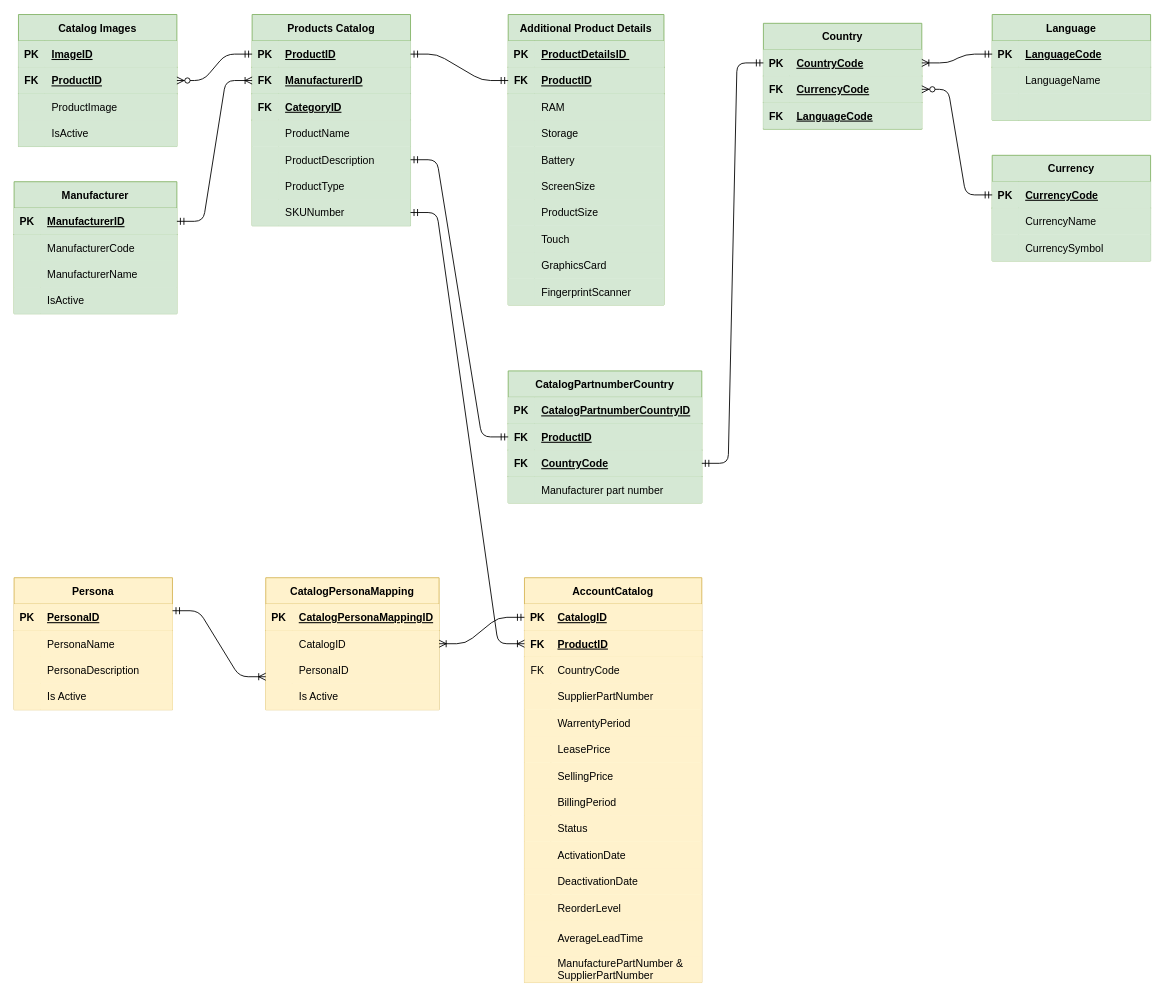
Before: Drawings/MasterCatalogDesign.drawio in bgunupati/DrawIO, a draw.io diagram. Source tidied: cells renumbered, new cells numbered last; positions are measured from the earlier drawing's top-left corner, leaving out a move shared by most shapes. Both pictures are drawn from the tidied source at 88%, with x=0, y=0 at pixel (13, 14).
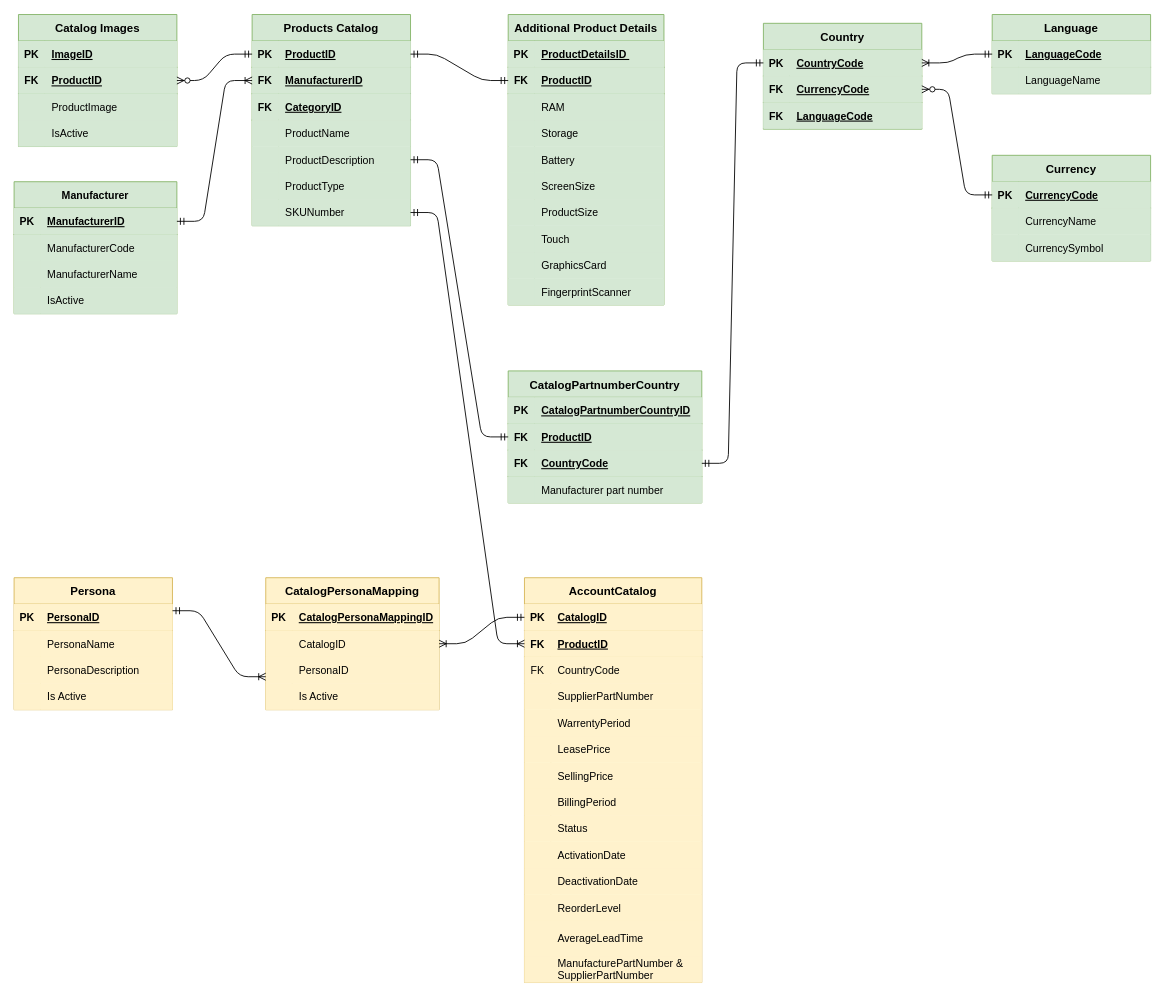
Above is the later version.

Commit message:
Updated Table Names

Diff of the diagram source:
```diff
@@
-    <mxCell id="2" value="Products Catalog" style="shape=table;startSize=30;childLayout=tableLayout;rowLines=0;fontStyle=1;align=center;fillColor=#d5e8d4;strokeColor=#82b366;" parent="1" vertex="1">
+    <mxCell id="2" value="Products Catalog" style="shape=table;startSize=30;childLayout=tableLayout;rowLines=0;fontStyle=1;align=center;fillColor=#d5e8d4;strokeColor=#82b366;fontSize=13;" parent="1" vertex="1">
       <mxGeometry x="271" width="180" height="240" as="geometry" />
     </mxCell>
@@
-    <mxCell id="24" value="Catalog Images" style="shape=table;startSize=30;childLayout=tableLayout;rowLines=0;fontStyle=1;align=center;fillColor=#d5e8d4;strokeColor=#82b366;" parent="1" vertex="1">
+    <mxCell id="24" value="Catalog Images" style="shape=table;startSize=30;childLayout=tableLayout;rowLines=0;fontStyle=1;align=center;fillColor=#d5e8d4;strokeColor=#82b366;fontSize=13;" parent="1" vertex="1">
       <mxGeometry x="5.5" width="180" height="150" as="geometry" />
     </mxCell>
@@
-    <mxCell id="50" value="Additional Product Details" style="shape=table;startSize=30;childLayout=tableLayout;rowLines=0;fontStyle=1;align=center;fillColor=#d5e8d4;strokeColor=#82b366;" parent="1" vertex="1">
+    <mxCell id="50" value="Additional Product Details" style="shape=table;startSize=30;childLayout=tableLayout;rowLines=0;fontStyle=1;align=center;fillColor=#d5e8d4;strokeColor=#82b366;fontSize=13;" parent="1" vertex="1">
       <mxGeometry x="562" width="177" height="330" as="geometry" />
     </mxCell>
@@
-    <mxCell id="82" value="Country" style="shape=table;startSize=30;childLayout=tableLayout;rowLines=0;fontStyle=1;align=center;fillColor=#d5e8d4;strokeColor=#82b366;" parent="1" vertex="1">
+    <mxCell id="82" value="Country" style="shape=table;startSize=30;childLayout=tableLayout;rowLines=0;fontStyle=1;align=center;fillColor=#d5e8d4;strokeColor=#82b366;fontSize=13;" parent="1" vertex="1">
       <mxGeometry x="852" y="10" width="180" height="120" as="geometry" />
     </mxCell>
@@
-    <mxCell id="92" value="Language" style="shape=table;startSize=30;childLayout=tableLayout;rowLines=0;fontStyle=1;align=center;fillColor=#d5e8d4;strokeColor=#82b366;" parent="1" vertex="1">
-      <mxGeometry x="1112" width="180" height="120" as="geometry" />
+    <mxCell id="92" value="Language" style="shape=table;startSize=30;childLayout=tableLayout;rowLines=0;fontStyle=1;align=center;fillColor=#d5e8d4;strokeColor=#82b366;fontSize=13;" parent="1" vertex="1">
+      <mxGeometry x="1112" width="180" height="90" as="geometry" />
     </mxCell>
@@
-    <mxCell id="99" style="shape=partialRectangle;fillColor=#d5e8d4;top=0;left=0;bottom=0;right=0;strokeColor=#82b366;" parent="92" vertex="1">
-      <mxGeometry y="90" width="180" height="30" as="geometry" />
-    </mxCell>
-    <mxCell id="100" style="shape=partialRectangle;fillColor=#d5e8d4;top=0;left=0;bottom=0;right=0;overflow=hidden;strokeColor=#82b366;" parent="99" vertex="1">
-      <mxGeometry width="30" height="30" as="geometry" />
-    </mxCell>
-    <mxCell id="101" style="shape=partialRectangle;fillColor=#d5e8d4;top=0;left=0;bottom=0;right=0;align=left;spacingLeft=6;overflow=hidden;strokeColor=#82b366;" parent="99" vertex="1">
-      <mxGeometry x="30" width="150" height="30" as="geometry" />
-    </mxCell>
@@
-    <mxCell id="105" value="Currency" style="shape=table;startSize=30;childLayout=tableLayout;rowLines=0;fontStyle=1;align=center;fillColor=#d5e8d4;strokeColor=#82b366;" parent="1" vertex="1">
+    <mxCell id="105" value="Currency" style="shape=table;startSize=30;childLayout=tableLayout;rowLines=0;fontStyle=1;align=center;fillColor=#d5e8d4;strokeColor=#82b366;fontSize=13;" parent="1" vertex="1">
       <mxGeometry x="1112" y="160" width="180" height="120" as="geometry" />
     </mxCell>
@@
-    <mxCell id="116" value="CatalogPartnumberCountry" style="shape=table;startSize=30;childLayout=tableLayout;rowLines=0;fontStyle=1;align=center;fillColor=#d5e8d4;strokeColor=#82b366;" parent="1" vertex="1">
+    <mxCell id="116" value="CatalogPartnumberCountry" style="shape=table;startSize=30;childLayout=tableLayout;rowLines=0;fontStyle=1;align=center;fillColor=#d5e8d4;strokeColor=#82b366;fontSize=13;" parent="1" vertex="1">
       <mxGeometry x="562" y="405" width="220" height="150" as="geometry" />
     </mxCell>
@@
-    <mxCell id="131" value="AccountCatalog" style="shape=table;startSize=30;childLayout=tableLayout;rowLines=0;fontStyle=1;align=center;fillColor=#fff2cc;strokeColor=#d6b656;" parent="1" vertex="1">
+    <mxCell id="131" value="AccountCatalog" style="shape=table;startSize=30;childLayout=tableLayout;rowLines=0;fontStyle=1;align=center;fillColor=#fff2cc;strokeColor=#d6b656;fontSize=13;" parent="1" vertex="1">
       <mxGeometry x="580.5" y="640" width="201.5" height="460" as="geometry" />
     </mxCell>
@@
-    <mxCell id="174" value="Persona" style="shape=table;startSize=30;childLayout=tableLayout;rowLines=0;fontStyle=1;align=center;fillColor=#fff2cc;strokeColor=#d6b656;" parent="1" vertex="1">
+    <mxCell id="174" value="Persona" style="shape=table;startSize=30;childLayout=tableLayout;rowLines=0;fontStyle=1;align=center;fillColor=#fff2cc;strokeColor=#d6b656;fontSize=13;" parent="1" vertex="1">
       <mxGeometry x="0.5" y="640" width="180" height="150" as="geometry" />
     </mxCell>
@@
-    <mxCell id="187" value="CatalogPersonaMapping" style="shape=table;startSize=30;childLayout=tableLayout;rowLines=0;fontStyle=1;align=center;fillColor=#fff2cc;strokeColor=#d6b656;" parent="1" vertex="1">
+    <mxCell id="187" value="CatalogPersonaMapping" style="shape=table;startSize=30;childLayout=tableLayout;rowLines=0;fontStyle=1;align=center;fillColor=#fff2cc;strokeColor=#d6b656;fontSize=13;" parent="1" vertex="1">
       <mxGeometry x="286.5" y="640" width="197" height="150" as="geometry" />
     </mxCell>
```
